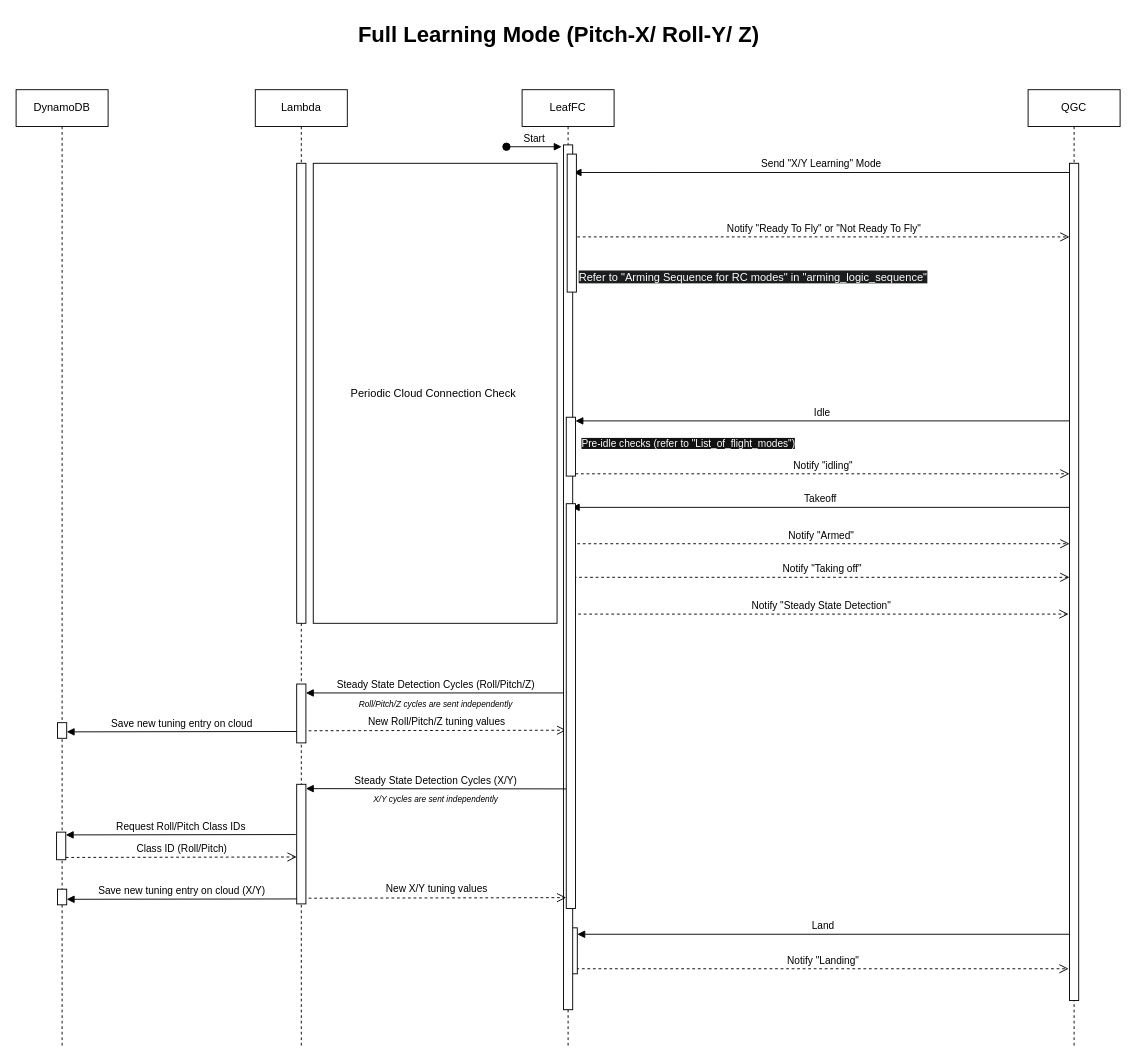
DroneLeaf/HEAR_wiki keeps this draw.io diagram as Guide/HEAR Software/Flight Modes/Modes Sequence Diagrams/Full learning mode.drawio. Above is the earlier version. Source tidied: cells renumbered, new cells numbered last; positions are measured from the earlier drawing's top-left corner, leaving out a move shared by most shapes. Both pictures are drawn from the tidied source at 92%, with x=0, y=0 at pixel (-45, 16).
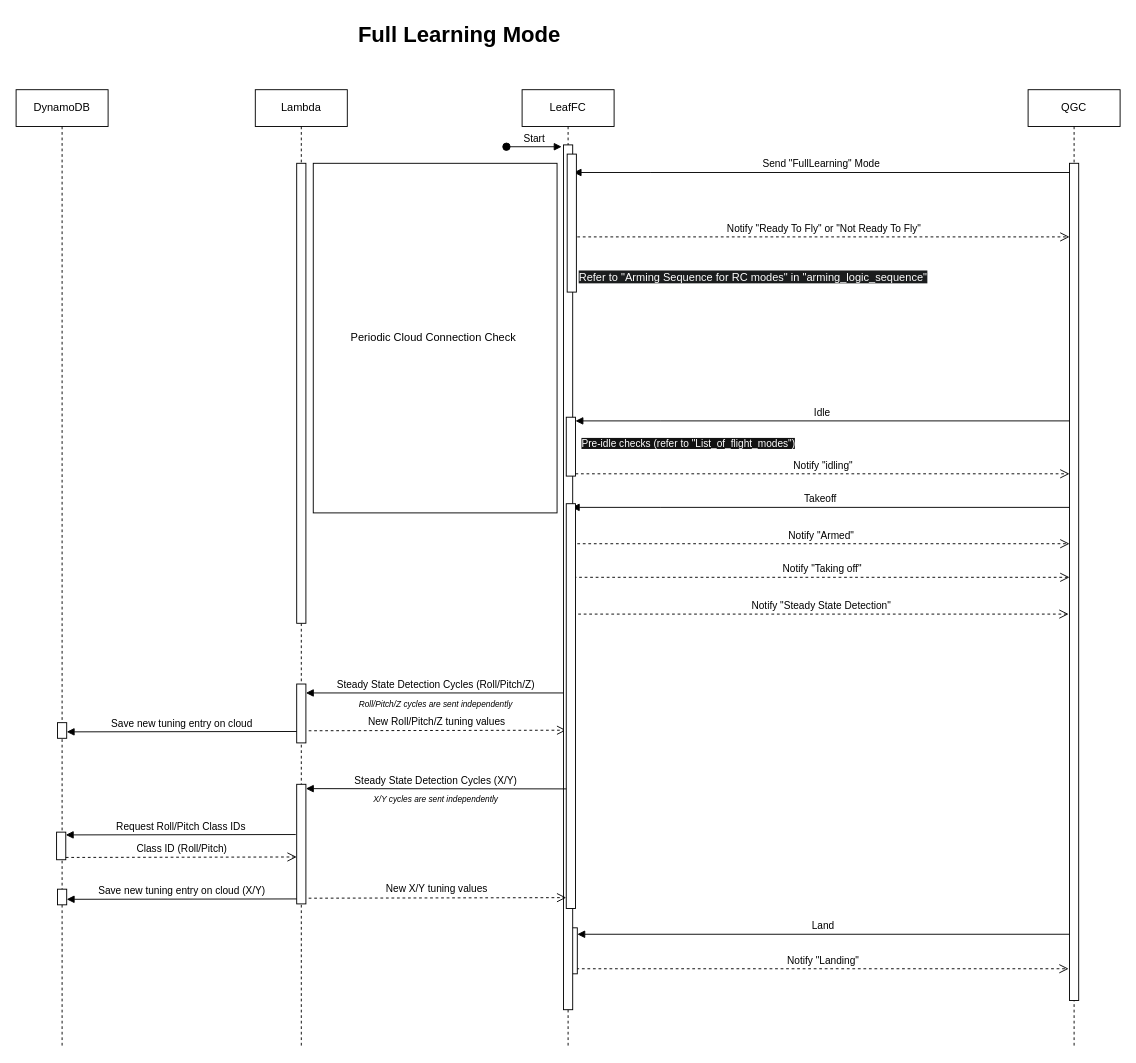
Above is the later version.

Commit message (it also covers changes not shown here):
Update sequence diagrams for flight modes: - defined full learning mode (automated) - add startup checks in "X-Y Learning Mode" diagram. - add startup checks in "full Learning Mode" diagram.

The edit, as a diff of the source:
```diff
@@
-    <mxCell id="8" value="Full Learning Mode (Pitch-X/ Roll-Y/ Z)" style="text;html=1;align=left;verticalAlign=top;strokeColor=none;fillColor=none;fontStyle=1;fontSize=24;" parent="1" vertex="1">
-      <mxGeometry x="436" width="440" height="40" as="geometry" />
+    <mxCell id="8" value="Full Learning Mode" style="text;html=1;align=left;verticalAlign=top;strokeColor=none;fillColor=none;fontStyle=1;fontSize=24;" parent="1" vertex="1">
+      <mxGeometry x="436" width="230" height="40" as="geometry" />
     </mxCell>
-    <mxCell id="9" value="Send &quot;X/Y Learning&quot; Mode" style="html=1;verticalAlign=bottom;endArrow=block;edgeStyle=elbowEdgeStyle;elbow=horizontal;curved=0;rounded=0;" parent="1" edge="1">
+    <mxCell id="9" value="Send &quot;FullLearning&quot; Mode" style="html=1;verticalAlign=bottom;endArrow=block;edgeStyle=elbowEdgeStyle;elbow=horizontal;curved=0;rounded=0;" parent="1" edge="1">
       <mxGeometry relative="1" as="geometry">
         <mxPoint x="1211" y="170" as="sourcePoint" />
         <mxPoint x="672" y="170" as="targetPoint" />
         <Array as="points">
           <mxPoint x="756" y="170" />
         </Array>
       </mxGeometry>
     </mxCell>
@@
     <mxCell id="27" value="Periodic Cloud Connection Check&amp;nbsp;" style="rounded=0;whiteSpace=wrap;html=1;" parent="1" vertex="1">
-      <mxGeometry x="389" y="160" width="265" height="500" as="geometry" />
+      <mxGeometry x="389" y="160" width="265" height="380" as="geometry" />
     </mxCell>
```
